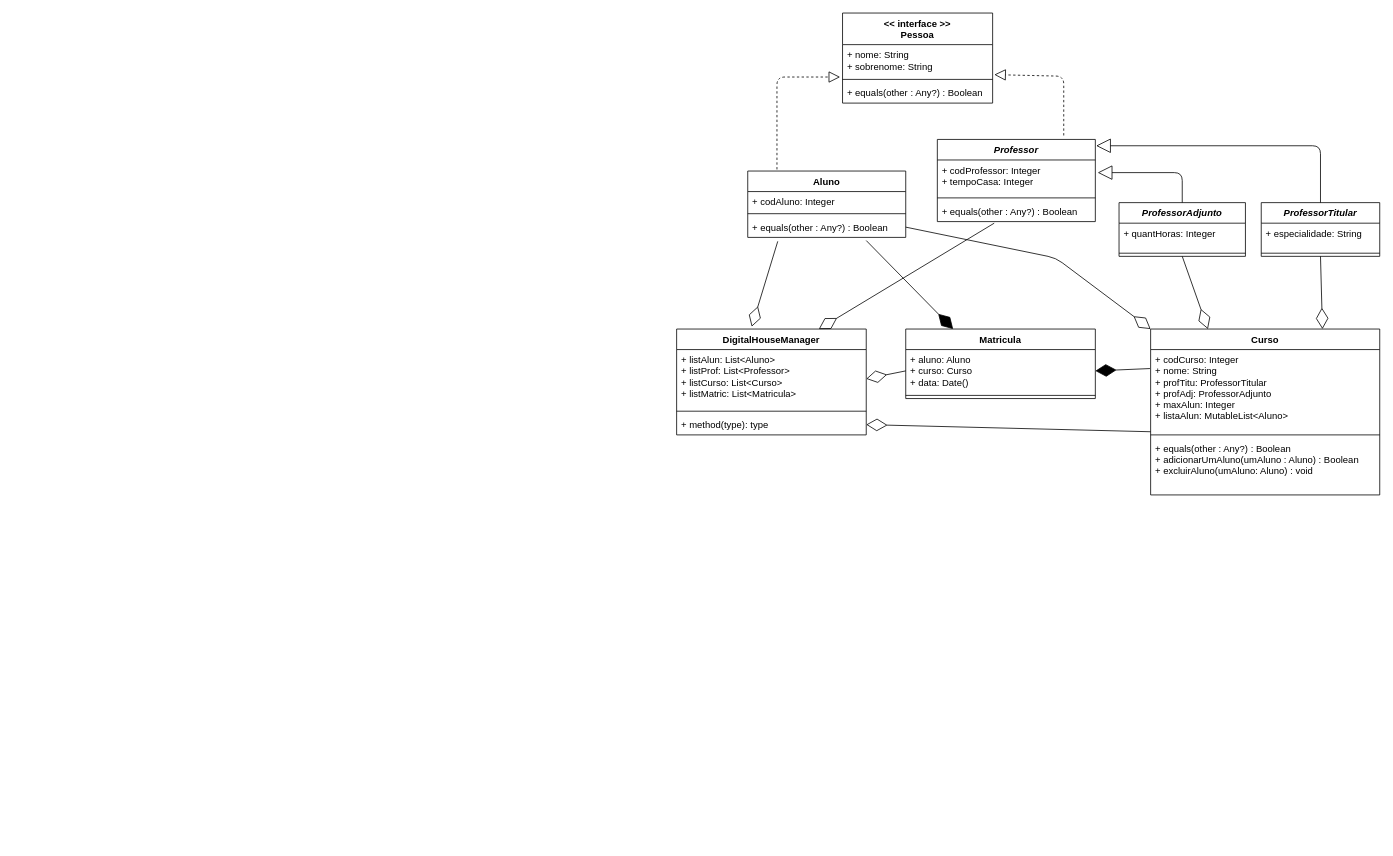
Earlier version of the draw.io diagram Desafio1DigitalHouse.drawio (eneri-jr/Desafio1DigitalHouse). Source tidied: cells renumbered, new cells numbered last; positions are measured from the earlier drawing's top-left corner, leaving out a move shared by most shapes. Both pictures are drawn from the tidied source at 79%, with x=0, y=0 at pixel (676, 13).
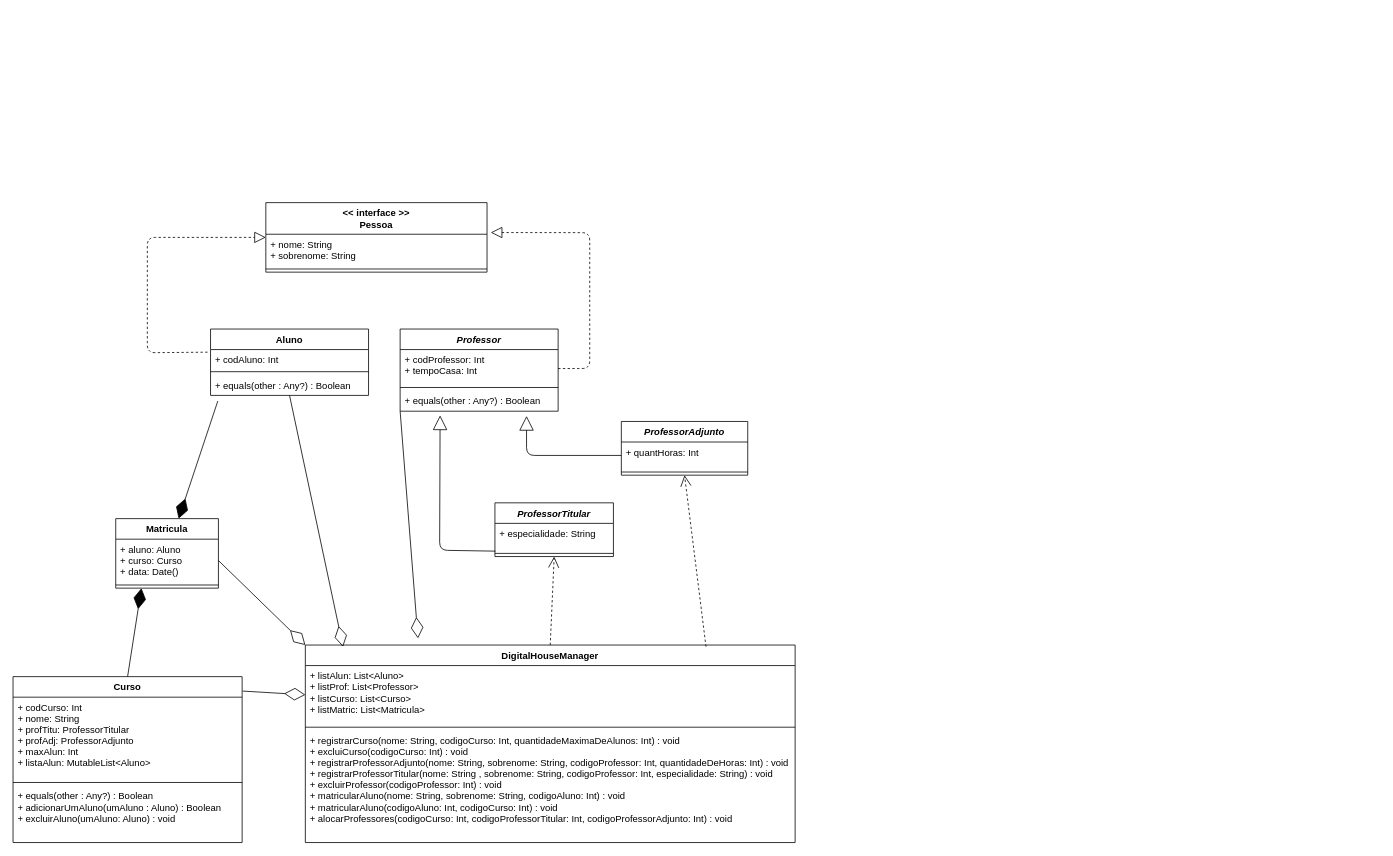
Above is the later version.

Commit message (it also covers changes not shown here):
Criacao Parte I (Alteracao DHM), (Alteracao Matricula), (Alteracao Curso), (Alteracao UML)

Unchanged cells that the change refers to:
```xml
<mxCell id="11" value="+ equals(other : Any?) : Boolean" style="text;strokeColor=none;fillColor=none;align=left;verticalAlign=top;spacingLeft=4;spacingRight=4;overflow=hidden;points=[[0,0.5],[1,0.5]];portConstraint=eastwest;" parent="8" vertex="1">
  <mxGeometry y="58" width="200" height="26" as="geometry" />
</mxCell>
<mxCell id="15" value="+ equals(other : Any?) : Boolean" style="text;strokeColor=none;fillColor=none;align=left;verticalAlign=top;spacingLeft=4;spacingRight=4;overflow=hidden;points=[[0,0.5],[1,0.5]];portConstraint=eastwest;" parent="12" vertex="1">
  <mxGeometry y="78" width="200" height="26" as="geometry" />
</mxCell>
<mxCell id="17" value="+ especialidade: String" style="text;strokeColor=none;fillColor=none;align=left;verticalAlign=top;spacingLeft=4;spacingRight=4;overflow=hidden;points=[[0,0.5],[1,0.5]];portConstraint=eastwest;" parent="16" vertex="1">
  <mxGeometry y="26" width="150" height="34" as="geometry" />
</mxCell>
```

Change to the diagram source:
```diff
@@
-    <mxCell id="2" style="endArrow=block;dashed=1;endFill=0;endSize=12;html=1;exitX=0.185;exitY=-0.024;exitDx=0;exitDy=0;exitPerimeter=0;entryX=-0.016;entryY=1.025;entryDx=0;entryDy=0;entryPerimeter=0;" parent="1" edge="1" source="8" target="5">
-      <mxGeometry relative="1" as="geometry">
-        <Array as="points">
-          <mxPoint x="127" y="81" />
-        </Array>
-      </mxGeometry>
-    </mxCell>
-    <mxCell id="3" style="endArrow=block;dashed=1;endFill=0;endSize=12;html=1;entryX=1.011;entryY=0.95;entryDx=0;entryDy=0;entryPerimeter=0;" parent="1" edge="1" target="5">
-      <mxGeometry relative="1" as="geometry">
-        <mxPoint x="490" y="155" as="sourcePoint" />
-        <Array as="points">
-          <mxPoint x="490" y="80" />
-        </Array>
-      </mxGeometry>
-    </mxCell>
     <mxCell id="4" value="&lt;&lt; interface &gt;&gt;&#10;Pessoa" style="swimlane;fontStyle=1;align=center;verticalAlign=top;horizontal=1;startSize=40;" parent="1" vertex="1">
-      <mxGeometry x="210" width="190" height="114" as="geometry" />
+      <mxGeometry x="-520" y="240" width="280" height="88" as="geometry" />
     </mxCell>
     <mxCell id="5" value="+ nome: String&#10;+ sobrenome: String" style="text;strokeColor=none;fillColor=none;align=left;verticalAlign=top;spacingLeft=4;spacingRight=4;overflow=hidden;points=[[0,0.5],[1,0.5]];portConstraint=eastwest;" parent="4" vertex="1">
-      <mxGeometry y="40" width="190" height="40" as="geometry" />
+      <mxGeometry y="40" width="280" height="40" as="geometry" />
     </mxCell>
     <mxCell id="6" style="line;strokeWidth=1;fillColor=none;align=left;verticalAlign=middle;spacingTop=-1;spacingLeft=3;spacingRight=3;labelPosition=right;" parent="4" vertex="1">
-      <mxGeometry y="80" width="190" height="8" as="geometry" />
+      <mxGeometry y="80" width="280" height="8" as="geometry" />
     </mxCell>
-    <mxCell id="7" value="+ equals(other : Any?) : Boolean" style="text;strokeColor=none;fillColor=none;align=left;verticalAlign=top;spacingLeft=4;spacingRight=4;overflow=hidden;" parent="4" vertex="1">
-      <mxGeometry y="88" width="190" height="26" as="geometry" />
-    </mxCell>
+    <mxCell id="44" style="endArrow=block;dashed=1;endFill=0;endSize=12;html=1;exitX=-0.019;exitY=0.137;exitDx=0;exitDy=0;exitPerimeter=0;entryX=0;entryY=0.5;entryDx=0;entryDy=0;" parent="1" edge="1" source="9" target="4">
+      <mxGeometry relative="1" as="geometry">
+        <Array as="points">
+          <mxPoint x="-670" y="430" />
+          <mxPoint x="-670" y="284" />
+        </Array>
+      </mxGeometry>
+    </mxCell>
     <mxCell id="8" value="Aluno" style="swimlane;fontStyle=1;align=center;verticalAlign=top;horizontal=1;startSize=26;" parent="1" vertex="1">
-      <mxGeometry x="90" y="200" width="200" height="84" as="geometry" />
+      <mxGeometry x="-590" y="400" width="200" height="84" as="geometry" />
     </mxCell>
-    <mxCell id="9" value="+ codAluno: Integer&#10;" style="text;strokeColor=none;fillColor=none;align=left;verticalAlign=top;spacingLeft=4;spacingRight=4;overflow=hidden;points=[[0,0.5],[1,0.5]];portConstraint=eastwest;" parent="8" vertex="1">
+    <mxCell id="9" value="+ codAluno: Int&#10;" style="text;strokeColor=none;fillColor=none;align=left;verticalAlign=top;spacingLeft=4;spacingRight=4;overflow=hidden;points=[[0,0.5],[1,0.5]];portConstraint=eastwest;" parent="8" vertex="1">
       <mxGeometry y="26" width="200" height="24" as="geometry" />
     </mxCell>
@@
     <mxCell id="12" value="Professor" style="swimlane;fontStyle=3;align=center;verticalAlign=top;horizontal=1;startSize=26;" parent="1" vertex="1">
-      <mxGeometry x="330" y="160" width="200" height="104" as="geometry" />
+      <mxGeometry x="-350" y="400" width="200" height="104" as="geometry" />
     </mxCell>
-    <mxCell id="13" value="+ codProfessor: Integer&#10;+ tempoCasa: Integer" style="text;strokeColor=none;fillColor=none;align=left;verticalAlign=top;spacingLeft=4;spacingRight=4;overflow=hidden;points=[[0,0.5],[1,0.5]];portConstraint=eastwest;" parent="12" vertex="1">
+    <mxCell id="13" value="+ codProfessor: Int&#10;+ tempoCasa: Int" style="text;strokeColor=none;fillColor=none;align=left;verticalAlign=top;spacingLeft=4;spacingRight=4;overflow=hidden;points=[[0,0.5],[1,0.5]];portConstraint=eastwest;" parent="12" vertex="1">
       <mxGeometry y="26" width="200" height="44" as="geometry" />
     </mxCell>
@@
+    <mxCell id="45" style="endArrow=block;dashed=1;endFill=0;endSize=12;html=1;entryX=1.017;entryY=-0.054;entryDx=0;entryDy=0;entryPerimeter=0;" parent="1" edge="1" target="5">
+      <mxGeometry relative="1" as="geometry">
+        <mxPoint x="-150" y="450" as="sourcePoint" />
+        <Array as="points">
+          <mxPoint x="-110" y="450" />
+          <mxPoint x="-110" y="278" />
+        </Array>
+      </mxGeometry>
+    </mxCell>
+    <mxCell id="46" style="endArrow=block;endSize=16;endFill=0;html=1;exitX=0;exitY=0.5;exitDx=0;exitDy=0;" parent="1" edge="1" source="20">
+      <mxGeometry x="1" y="-270" relative="1" as="geometry">
+        <mxPoint x="-190" y="510" as="targetPoint" />
+        <Array as="points">
+          <mxPoint x="-190" y="560" />
+        </Array>
+        <mxPoint x="-60" y="-170" as="offset" />
+      </mxGeometry>
+    </mxCell>
+    <mxCell id="19" value="ProfessorAdjunto" style="swimlane;fontStyle=3;align=center;verticalAlign=top;horizontal=1;startSize=26;" parent="1" vertex="1">
+      <mxGeometry x="-70" y="517" width="160" height="68" as="geometry" />
+    </mxCell>
+    <mxCell id="20" value="+ quantHoras: Int&#10;" style="text;strokeColor=none;fillColor=none;align=left;verticalAlign=top;spacingLeft=4;spacingRight=4;overflow=hidden;points=[[0,0.5],[1,0.5]];portConstraint=eastwest;" parent="19" vertex="1">
+      <mxGeometry y="26" width="160" height="34" as="geometry" />
+    </mxCell>
+    <mxCell id="21" style="line;strokeWidth=1;fillColor=none;align=left;verticalAlign=middle;spacingTop=-1;spacingLeft=3;spacingRight=3;labelPosition=right;" parent="19" vertex="1">
+      <mxGeometry y="60" width="160" height="8" as="geometry" />
+    </mxCell>
+    <mxCell id="47" style="endArrow=block;endSize=16;endFill=0;html=1;entryX=0.253;entryY=1.203;entryDx=0;entryDy=0;entryPerimeter=0;exitX=0.004;exitY=1.034;exitDx=0;exitDy=0;exitPerimeter=0;" parent="1" edge="1" source="17" target="15">
+      <mxGeometry x="1" y="-270" relative="1" as="geometry">
+        <Array as="points">
+          <mxPoint x="-300" y="680" />
+        </Array>
+        <mxPoint x="-60" y="-170" as="offset" />
+      </mxGeometry>
+    </mxCell>
     <mxCell id="16" value="ProfessorTitular" style="swimlane;fontStyle=3;align=center;verticalAlign=top;horizontal=1;startSize=26;" parent="1" vertex="1">
-      <mxGeometry x="740" y="240" width="150" height="68" as="geometry" />
+      <mxGeometry x="-230" y="620" width="150" height="68" as="geometry" />
     </mxCell>
@@
-    <mxCell id="19" value="ProfessorAdjunto" style="swimlane;fontStyle=3;align=center;verticalAlign=top;horizontal=1;startSize=26;" parent="1" vertex="1">
-      <mxGeometry x="560" y="240" width="160" height="68" as="geometry" />
-    </mxCell>
-    <mxCell id="20" value="+ quantHoras: Integer" style="text;strokeColor=none;fillColor=none;align=left;verticalAlign=top;spacingLeft=4;spacingRight=4;overflow=hidden;points=[[0,0.5],[1,0.5]];portConstraint=eastwest;" parent="19" vertex="1">
-      <mxGeometry y="26" width="160" height="34" as="geometry" />
-    </mxCell>
-    <mxCell id="21" style="line;strokeWidth=1;fillColor=none;align=left;verticalAlign=middle;spacingTop=-1;spacingLeft=3;spacingRight=3;labelPosition=right;" parent="19" vertex="1">
-      <mxGeometry y="60" width="160" height="8" as="geometry" />
-    </mxCell>
-    <mxCell id="22" style="endArrow=block;endSize=16;endFill=0;html=1;exitX=0.5;exitY=0;exitDx=0;exitDy=0;entryX=1.015;entryY=0.364;entryDx=0;entryDy=0;entryPerimeter=0;" parent="1" edge="1" source="19" target="13">
-      <mxGeometry x="-0.48" y="20" relative="1" as="geometry">
-        <Array as="points">
-          <mxPoint x="640" y="202" />
-        </Array>
-        <mxPoint x="-20" y="-20" as="offset" />
-      </mxGeometry>
-    </mxCell>
-    <mxCell id="23" style="endArrow=block;endSize=16;endFill=0;html=1;exitX=0.5;exitY=0;exitDx=0;exitDy=0;entryX=1.005;entryY=0.077;entryDx=0;entryDy=0;entryPerimeter=0;" parent="1" edge="1" source="16" target="12">
-      <mxGeometry x="-0.17" y="52" relative="1" as="geometry">
-        <Array as="points">
-          <mxPoint x="815" y="168" />
-        </Array>
-      </mxGeometry>
-    </mxCell>
+    <mxCell id="32" value="Matricula&#10;" style="swimlane;fontStyle=1;align=center;verticalAlign=top;horizontal=1;startSize=26;" parent="1" vertex="1">
+      <mxGeometry x="-710" y="640" width="130" height="88" as="geometry" />
+    </mxCell>
+    <mxCell id="33" value="+ aluno: Aluno&#10;+ curso: Curso&#10;+ data: Date()" style="text;strokeColor=none;fillColor=none;align=left;verticalAlign=top;spacingLeft=4;spacingRight=4;overflow=hidden;points=[[0,0.5],[1,0.5]];portConstraint=eastwest;" parent="32" vertex="1">
+      <mxGeometry y="26" width="130" height="54" as="geometry" />
+    </mxCell>
+    <mxCell id="34" style="line;strokeWidth=1;fillColor=none;align=left;verticalAlign=middle;spacingTop=-1;spacingLeft=3;spacingRight=3;labelPosition=right;" parent="32" vertex="1">
+      <mxGeometry y="80" width="130" height="8" as="geometry" />
+    </mxCell>
+    <mxCell id="35" style="endArrow=diamondThin;endFill=1;endSize=24;html=1;exitX=0.046;exitY=1.275;exitDx=0;exitDy=0;exitPerimeter=0;" parent="1" edge="1" source="11" target="32">
+      <mxGeometry relative="1" as="geometry" />
+    </mxCell>
+    <mxCell id="48" style="endArrow=diamondThin;endFill=1;endSize=24;html=1;entryX=0.25;entryY=1;entryDx=0;entryDy=0;exitX=0.5;exitY=0;exitDx=0;exitDy=0;" parent="1" edge="1" source="24" target="32">
+      <mxGeometry relative="1" as="geometry" />
+    </mxCell>
     <mxCell id="24" value="Curso" style="swimlane;fontStyle=1;align=center;verticalAlign=top;horizontal=1;startSize=26;" parent="1" vertex="1">
-      <mxGeometry x="600" y="400" width="290" height="210" as="geometry" />
+      <mxGeometry x="-840" y="840" width="290" height="210" as="geometry" />
     </mxCell>
-    <mxCell id="25" value="+ codCurso: Integer&#10;+ nome: String&#10;+ profTitu: ProfessorTitular&#10;+ profAdj: ProfessorAdjunto&#10;+ maxAlun: Integer&#10;+ listaAlun: MutableList&lt;Aluno&gt;" style="text;strokeColor=none;fillColor=none;align=left;verticalAlign=top;spacingLeft=4;spacingRight=4;overflow=hidden;points=[[0,0.5],[1,0.5]];portConstraint=eastwest;" parent="24" vertex="1">
+    <mxCell id="25" value="+ codCurso: Int&#10;+ nome: String&#10;+ profTitu: ProfessorTitular&#10;+ profAdj: ProfessorAdjunto&#10;+ maxAlun: Int&#10;+ listaAlun: MutableList&lt;Aluno&gt;" style="text;strokeColor=none;fillColor=none;align=left;verticalAlign=top;spacingLeft=4;spacingRight=4;overflow=hidden;points=[[0,0.5],[1,0.5]];portConstraint=eastwest;" parent="24" vertex="1">
       <mxGeometry y="26" width="290" height="104" as="geometry" />
     </mxCell>
@@
     <mxCell id="28" value="DigitalHouseManager" style="swimlane;fontStyle=1;align=center;verticalAlign=top;horizontal=1;startSize=26;" parent="1" vertex="1">
-      <mxGeometry y="400" width="240" height="134" as="geometry" />
+      <mxGeometry x="-470" y="800" width="620" height="250" as="geometry" />
     </mxCell>
     <mxCell id="29" value="+ listAlun: List&lt;Aluno&gt;&#10;+ listProf: List&lt;Professor&gt;&#10;+ listCurso: List&lt;Curso&gt;&#10;+ listMatric: List&lt;Matricula&gt;" style="text;strokeColor=none;fillColor=none;align=left;verticalAlign=top;spacingLeft=4;spacingRight=4;overflow=hidden;points=[[0,0.5],[1,0.5]];portConstraint=eastwest;" parent="28" vertex="1">
-      <mxGeometry y="26" width="240" height="74" as="geometry" />
+      <mxGeometry y="26" width="620" height="74" as="geometry" />
     </mxCell>
     <mxCell id="30" style="line;strokeWidth=1;fillColor=none;align=left;verticalAlign=middle;spacingTop=-1;spacingLeft=3;spacingRight=3;labelPosition=right;" parent="28" vertex="1">
-      <mxGeometry y="100" width="240" height="8" as="geometry" />
+      <mxGeometry y="100" width="620" height="8" as="geometry" />
     </mxCell>
-    <mxCell id="31" value="+ method(type): type" style="text;strokeColor=none;fillColor=none;align=left;verticalAlign=top;spacingLeft=4;spacingRight=4;overflow=hidden;points=[[0,0.5],[1,0.5]];portConstraint=eastwest;" parent="28" vertex="1">
-      <mxGeometry y="108" width="240" height="26" as="geometry" />
+    <mxCell id="31" value="+ registrarCurso(nome: String, codigoCurso: Int, quantidadeMaximaDeAlunos: Int) : void&#10;+ excluiCurso(codigoCurso: Int) : void&#10;+ registrarProfessorAdjunto(nome: String, sobrenome: String, codigoProfessor: Int, quantidadeDeHoras: Int) : void&#10;+ registrarProfessorTitular(nome: String , sobrenome: String, codigoProfessor: Int, especialidade: String) : void&#10;+ excluirProfessor(codigoProfessor: Int) : void&#10;+ matricularAluno(nome: String, sobrenome: String, codigoAluno: Int) : void&#10;+ matricularAluno(codigoAluno: Int, codigoCurso: Int) : void&#10;+ alocarProfessores(codigoCurso: Int, codigoProfessorTitular: Int, codigoProfessorAdjunto: Int) : void" style="text;strokeColor=none;fillColor=none;align=left;verticalAlign=top;spacingLeft=4;spacingRight=4;overflow=hidden;points=[[0,0.5],[1,0.5]];portConstraint=eastwest;" parent="28" vertex="1">
+      <mxGeometry y="108" width="620" height="142" as="geometry" />
     </mxCell>
-    <mxCell id="32" value="Matricula&#10;" style="swimlane;fontStyle=1;align=center;verticalAlign=top;horizontal=1;startSize=26;" parent="1" vertex="1">
-      <mxGeometry x="290" y="400" width="240" height="88" as="geometry" />
-    </mxCell>
-    <mxCell id="33" value="+ aluno: Aluno&#10;+ curso: Curso&#10;+ data: Date()" style="text;strokeColor=none;fillColor=none;align=left;verticalAlign=top;spacingLeft=4;spacingRight=4;overflow=hidden;points=[[0,0.5],[1,0.5]];portConstraint=eastwest;" parent="32" vertex="1">
-      <mxGeometry y="26" width="240" height="54" as="geometry" />
-    </mxCell>
-    <mxCell id="34" style="line;strokeWidth=1;fillColor=none;align=left;verticalAlign=middle;spacingTop=-1;spacingLeft=3;spacingRight=3;labelPosition=right;" parent="32" vertex="1">
-      <mxGeometry y="80" width="240" height="8" as="geometry" />
-    </mxCell>
-    <mxCell id="35" style="endArrow=diamondThin;endFill=1;endSize=24;html=1;entryX=0.25;entryY=0;entryDx=0;entryDy=0;exitX=0.75;exitY=1.154;exitDx=0;exitDy=0;exitPerimeter=0;" parent="1" edge="1" source="11" target="32">
-      <mxGeometry relative="1" as="geometry" />
-    </mxCell>
-    <mxCell id="36" style="endArrow=diamondThin;endFill=1;endSize=24;html=1;exitX=-0.003;exitY=0.231;exitDx=0;exitDy=0;exitPerimeter=0;entryX=1;entryY=0.5;entryDx=0;entryDy=0;" parent="1" edge="1" source="25" target="33">
-      <mxGeometry relative="1" as="geometry" />
-    </mxCell>
-    <mxCell id="37" style="endArrow=diamondThin;endFill=0;endSize=24;html=1;exitX=1;exitY=0.5;exitDx=0;exitDy=0;entryX=0;entryY=0;entryDx=0;entryDy=0;" parent="1" edge="1" source="11" target="24">
-      <mxGeometry relative="1" as="geometry">
-        <Array as="points">
-          <mxPoint x="480" y="310" />
-        </Array>
-      </mxGeometry>
-    </mxCell>
-    <mxCell id="38" style="endArrow=diamondThin;endFill=0;endSize=24;html=1;exitX=0.5;exitY=1;exitDx=0;exitDy=0;entryX=0.25;entryY=0;entryDx=0;entryDy=0;" parent="1" edge="1" source="19" target="24">
-      <mxGeometry relative="1" as="geometry" />
-    </mxCell>
-    <mxCell id="39" style="endArrow=diamondThin;endFill=0;endSize=24;html=1;exitX=0.5;exitY=1;exitDx=0;exitDy=0;entryX=0.75;entryY=0;entryDx=0;entryDy=0;" parent="1" edge="1" source="16" target="24">
-      <mxGeometry relative="1" as="geometry" />
-    </mxCell>
-    <mxCell id="40" style="endArrow=diamondThin;endFill=0;endSize=24;html=1;exitX=0.19;exitY=1.192;exitDx=0;exitDy=0;exitPerimeter=0;entryX=0.396;entryY=-0.022;entryDx=0;entryDy=0;entryPerimeter=0;" parent="1" edge="1" source="11" target="28">
-      <mxGeometry relative="1" as="geometry" />
-    </mxCell>
-    <mxCell id="41" style="endArrow=diamondThin;endFill=0;endSize=24;html=1;exitX=0.36;exitY=1.077;exitDx=0;exitDy=0;exitPerimeter=0;entryX=0.75;entryY=0;entryDx=0;entryDy=0;" parent="1" edge="1" source="15" target="28">
-      <mxGeometry relative="1" as="geometry" />
-    </mxCell>
-    <mxCell id="42" style="endArrow=diamondThin;endFill=0;endSize=24;html=1;exitX=0;exitY=0.5;exitDx=0;exitDy=0;entryX=1;entryY=0.5;entryDx=0;entryDy=0;" parent="1" edge="1" source="33" target="29">
-      <mxGeometry relative="1" as="geometry" />
-    </mxCell>
-    <mxCell id="43" style="endArrow=diamondThin;endFill=0;endSize=24;html=1;exitX=0;exitY=1;exitDx=0;exitDy=0;exitPerimeter=0;entryX=1;entryY=0.5;entryDx=0;entryDy=0;" parent="1" edge="1" source="25" target="31">
-      <mxGeometry relative="1" as="geometry" />
-    </mxCell>
+    <mxCell id="49" style="endArrow=diamondThin;endFill=0;endSize=24;html=1;exitX=0;exitY=1;exitDx=0;exitDy=0;entryX=0.23;entryY=-0.034;entryDx=0;entryDy=0;entryPerimeter=0;" parent="1" edge="1" source="12" target="28">
+      <mxGeometry relative="1" as="geometry" />
+    </mxCell>
+    <mxCell id="50" style="endArrow=diamondThin;endFill=0;endSize=24;html=1;exitX=0.5;exitY=1;exitDx=0;exitDy=0;entryX=0.077;entryY=0.009;entryDx=0;entryDy=0;entryPerimeter=0;" parent="1" edge="1" source="8" target="28">
+      <mxGeometry relative="1" as="geometry" />
+    </mxCell>
+    <mxCell id="51" style="endArrow=diamondThin;endFill=0;endSize=24;html=1;exitX=1;exitY=0.5;exitDx=0;exitDy=0;entryX=0;entryY=0;entryDx=0;entryDy=0;" parent="1" edge="1" source="33" target="28">
+      <mxGeometry relative="1" as="geometry" />
+    </mxCell>
+    <mxCell id="52" style="endArrow=diamondThin;endFill=0;endSize=24;html=1;entryX=0;entryY=0.5;entryDx=0;entryDy=0;exitX=1.002;exitY=0.087;exitDx=0;exitDy=0;exitPerimeter=0;" parent="1" edge="1" source="24" target="29">
+      <mxGeometry relative="1" as="geometry" />
+    </mxCell>
+    <mxCell id="53" style="endArrow=open;endSize=12;dashed=1;html=1;exitX=0.5;exitY=0;exitDx=0;exitDy=0;entryX=0.5;entryY=1;entryDx=0;entryDy=0;" parent="1" edge="1" source="28" target="16">
+      <mxGeometry x="0.74" y="-166" relative="1" as="geometry">
+        <mxPoint y="-1" as="offset" />
+      </mxGeometry>
+    </mxCell>
+    <mxCell id="54" style="endArrow=open;endSize=12;dashed=1;html=1;exitX=0.818;exitY=0.008;exitDx=0;exitDy=0;entryX=0.5;entryY=1;entryDx=0;entryDy=0;exitPerimeter=0;" parent="1" edge="1" source="28" target="19">
+      <mxGeometry x="0.74" y="-166" relative="1" as="geometry">
+        <mxPoint y="-1" as="offset" />
+      </mxGeometry>
+    </mxCell>
```
